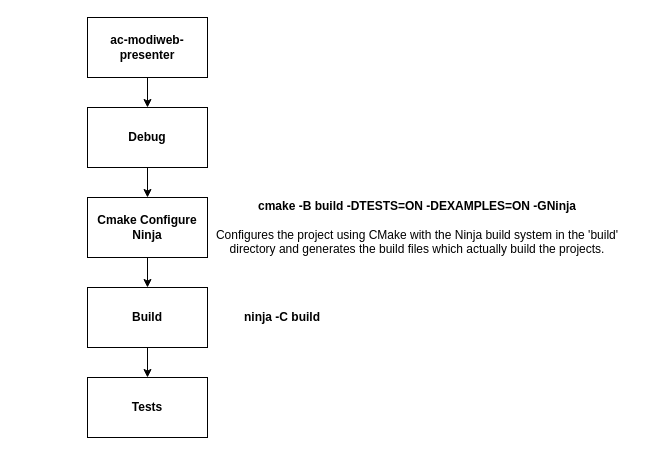
Above: page "Page-3" (3 of 4) of Untitled Diagram.drawio in sreelakshmilingamgunta/Azure-Devops (draw.io), before the change. Source tidied: cells renumbered, new cells numbered last; positions are measured from the earlier drawing's top-left corner, leaving out a move shared by most shapes. Both pictures are drawn from the tidied source at 100%, with x=0, y=0 at pixel (87, 17).
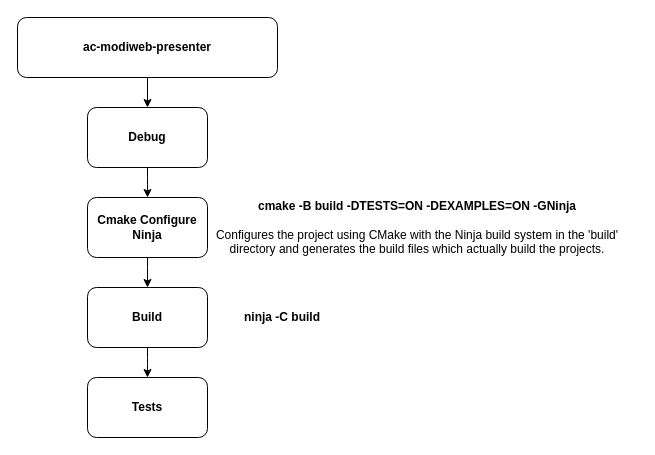
The same diagram, later.

What changed in the source:
```diff
@@
 <mxGraphModel>
   <root>
     <mxCell id="0" />
     <mxCell id="1" parent="0" />
-    <mxCell id="2" value="ac-modiweb-presenter" style="rounded=0;whiteSpace=wrap;html=1;fontStyle=1;" parent="1" vertex="1">
-      <mxGeometry width="120" height="60" as="geometry" />
+    <mxCell id="2" value="ac-modiweb-presenter" style="rounded=1;whiteSpace=wrap;html=1;fontStyle=1;" parent="1" vertex="1">
+      <mxGeometry x="-70" width="260" height="60" as="geometry" />
     </mxCell>
-    <mxCell id="3" style="edgeStyle=orthogonalEdgeStyle;rounded=0;jettySize=auto;html=1;" parent="1" edge="1" source="4" target="6">
+    <mxCell id="3" style="edgeStyle=orthogonalEdgeStyle;rounded=1;jettySize=auto;html=1;" parent="1" edge="1" source="4" target="6">
       <mxGeometry relative="1" as="geometry" />
     </mxCell>
-    <mxCell id="4" value="Debug" style="rounded=0;whiteSpace=wrap;html=1;fontStyle=1;" parent="1" vertex="1">
+    <mxCell id="4" value="Debug" style="rounded=1;whiteSpace=wrap;html=1;fontStyle=1;" parent="1" vertex="1">
       <mxGeometry y="90" width="120" height="60" as="geometry" />
     </mxCell>
-    <mxCell id="5" style="edgeStyle=orthogonalEdgeStyle;rounded=0;jettySize=auto;html=1;" parent="1" edge="1" source="6" target="8">
+    <mxCell id="5" style="edgeStyle=orthogonalEdgeStyle;rounded=1;jettySize=auto;html=1;" parent="1" edge="1" source="6" target="8">
       <mxGeometry relative="1" as="geometry" />
     </mxCell>
-    <mxCell id="6" value="Cmake Configure Ninja" style="rounded=0;whiteSpace=wrap;html=1;fontStyle=1;" parent="1" vertex="1">
+    <mxCell id="6" value="Cmake Configure Ninja" style="rounded=1;whiteSpace=wrap;html=1;fontStyle=1;" parent="1" vertex="1">
       <mxGeometry y="180" width="120" height="60" as="geometry" />
     </mxCell>
-    <mxCell id="7" style="edgeStyle=orthogonalEdgeStyle;rounded=0;jettySize=auto;html=1;" parent="1" edge="1" source="8" target="9">
+    <mxCell id="7" style="edgeStyle=orthogonalEdgeStyle;rounded=1;jettySize=auto;html=1;" parent="1" edge="1" source="8" target="9">
       <mxGeometry relative="1" as="geometry" />
     </mxCell>
-    <mxCell id="8" value="Build" style="rounded=0;whiteSpace=wrap;html=1;fontStyle=1;" parent="1" vertex="1">
+    <mxCell id="8" value="Build" style="rounded=1;whiteSpace=wrap;html=1;fontStyle=1;" parent="1" vertex="1">
       <mxGeometry y="270" width="120" height="60" as="geometry" />
     </mxCell>
-    <mxCell id="9" value="Tests" style="rounded=0;whiteSpace=wrap;html=1;fontStyle=1;" parent="1" vertex="1">
+    <mxCell id="9" value="Tests" style="rounded=1;whiteSpace=wrap;html=1;fontStyle=1;" parent="1" vertex="1">
       <mxGeometry y="360" width="120" height="60" as="geometry" />
     </mxCell>
-    <mxCell id="10" value="&lt;b&gt;cmake -B build -DTESTS=ON -DEXAMPLES=ON -GNinja&lt;br&gt;&lt;/b&gt;&lt;br&gt;Configures the project using CMake with the Ninja build system in the 'build' directory and generates the build files which actually build the projects." style="text;html=1;align=center;verticalAlign=middle;whiteSpace=wrap;rounded=0;" parent="1" vertex="1">
+    <mxCell id="10" value="&lt;b&gt;cmake -B build -DTESTS=ON -DEXAMPLES=ON -GNinja&lt;br&gt;&lt;/b&gt;&lt;br&gt;Configures the project using CMake with the Ninja build system in the 'build' directory and generates the build files which actually build the projects." style="text;html=1;align=center;verticalAlign=middle;whiteSpace=wrap;rounded=1;" parent="1" vertex="1">
       <mxGeometry x="110" y="165" width="440" height="90" as="geometry" />
     </mxCell>
-    <mxCell id="11" value="&lt;b&gt;ninja -C build&lt;/b&gt;" style="text;html=1;align=center;verticalAlign=middle;whiteSpace=wrap;rounded=0;" parent="1" vertex="1">
+    <mxCell id="11" value="&lt;b&gt;ninja -C build&lt;/b&gt;" style="text;html=1;align=center;verticalAlign=middle;whiteSpace=wrap;rounded=1;" parent="1" vertex="1">
       <mxGeometry x="140" y="285" width="110" height="30" as="geometry" />
     </mxCell>
-    <mxCell id="12" style="endArrow=classic;html=1;rounded=0;exitX=0.5;exitY=1;exitDx=0;exitDy=0;entryX=0.5;entryY=0;entryDx=0;entryDy=0;" parent="1" edge="1" source="2" target="4">
+    <mxCell id="12" style="endArrow=classic;html=1;rounded=1;exitX=0.5;exitY=1;exitDx=0;exitDy=0;entryX=0.5;entryY=0;entryDx=0;entryDy=0;" parent="1" edge="1" source="2" target="4">
       <mxGeometry relative="1" as="geometry" />
     </mxCell>
   </root>
 </mxGraphModel>
```
